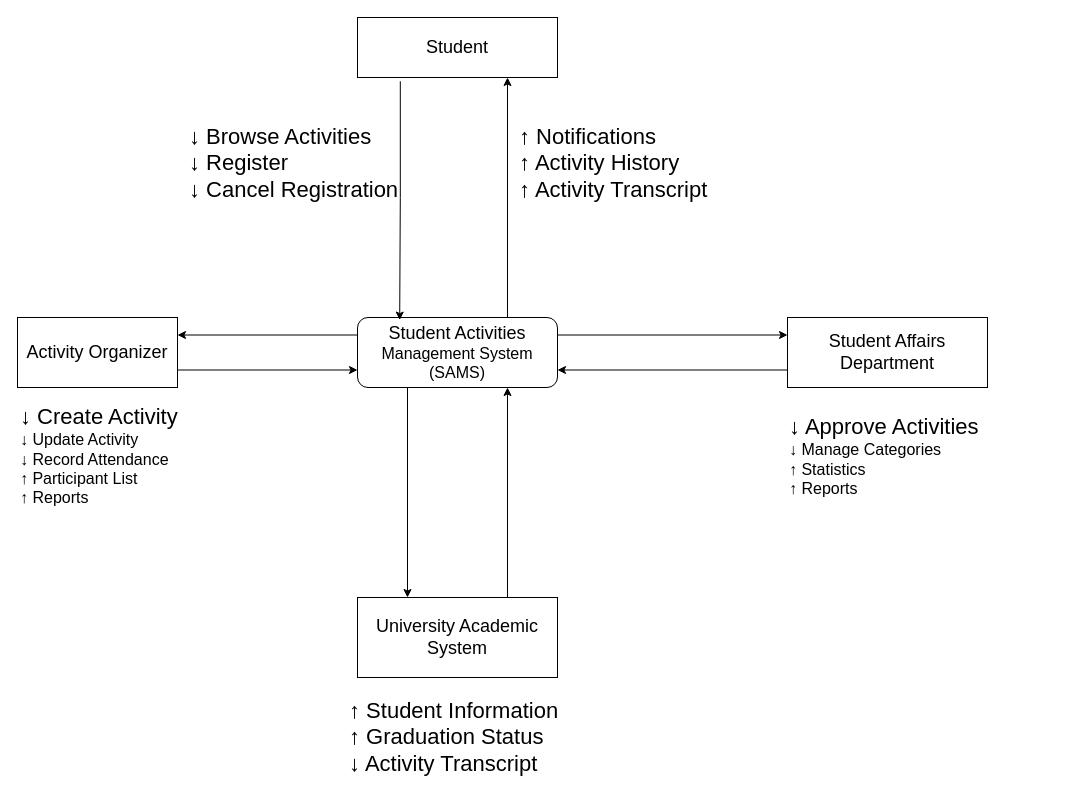
Mamdouh-Alrogi/IT353-SAMS-Mamdouh keeps this draw.io diagram as Context Diagram/ContextDiagram.drawio. Above is the earlier version. Source tidied: cells renumbered, new cells numbered last; positions are measured from the earlier drawing's top-left corner, leaving out a move shared by most shapes. Both pictures are drawn from the tidied source at 100%, with x=0, y=0 at pixel (17, 17).
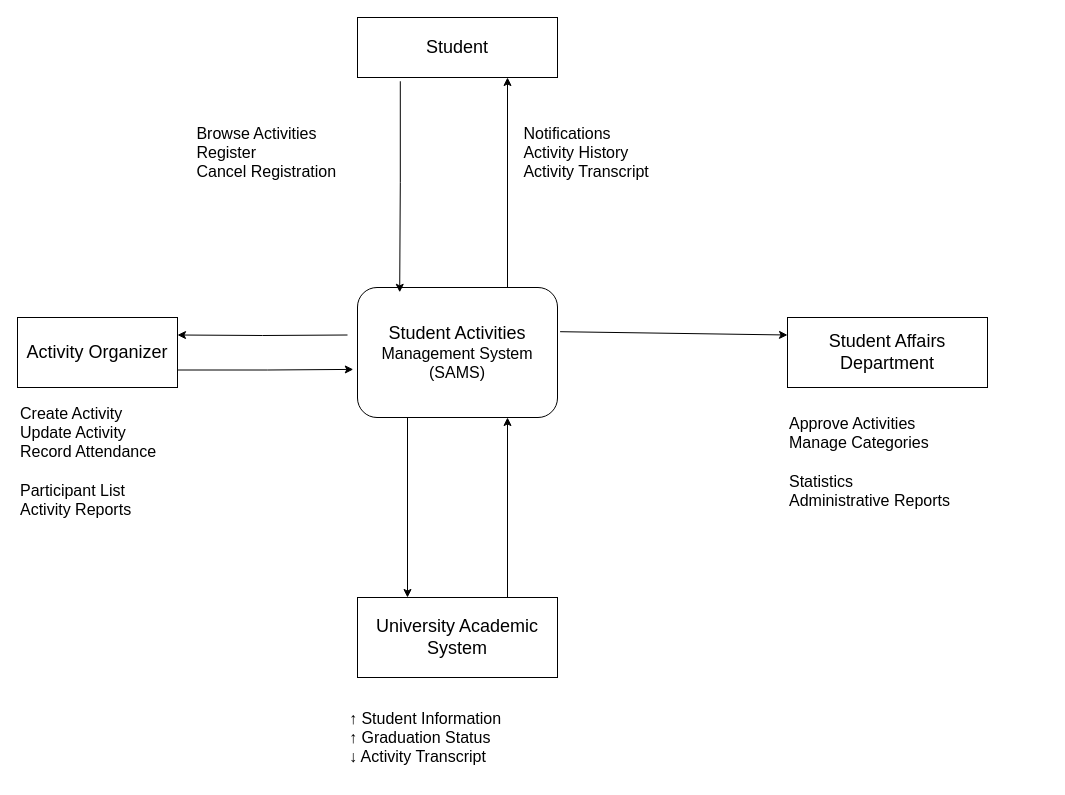
Above is the later version.

Commit message:
Updated Context Diagram

What changed in the source:
```diff
@@
 <mxGraphModel>
   <root>
     <mxCell id="0" />
     <mxCell id="1" parent="0" />
-    <mxCell id="2" style="edgeStyle=orthogonalEdgeStyle;rounded=0;jettySize=auto;html=1;exitX=0;exitY=0.25;exitDx=0;exitDy=0;entryX=1;entryY=0.25;entryDx=0;entryDy=0;" parent="1" edge="1" source="3" target="6">
-      <mxGeometry relative="1" as="geometry" />
+    <mxCell id="2" style="edgeStyle=orthogonalEdgeStyle;rounded=0;jettySize=auto;html=1;entryX=1;entryY=0.25;entryDx=0;entryDy=0;" parent="1" edge="1" target="6">
+      <mxGeometry relative="1" as="geometry">
+        <mxPoint x="330" y="317.5" as="sourcePoint" />
+      </mxGeometry>
     </mxCell>
     <mxCell id="3" value="&lt;div&gt;&lt;font style=&quot;font-size: 18px;&quot;&gt;Student Activities&lt;/font&gt;&lt;/div&gt;&lt;div&gt;&lt;font size=&quot;3&quot;&gt;Management System&lt;/font&gt;&lt;/div&gt;&lt;div&gt;&lt;font size=&quot;3&quot;&gt;(SAMS)&lt;/font&gt;&lt;/div&gt;" style="rounded=1;whiteSpace=wrap;html=1;" parent="1" vertex="1">
-      <mxGeometry x="340" y="300" width="200" height="70" as="geometry" />
+      <mxGeometry x="340" y="270" width="200" height="130" as="geometry" />
     </mxCell>
     <mxCell id="4" value="&lt;font style=&quot;font-size: 18px;&quot;&gt;Student&lt;/font&gt;" style="rounded=0;whiteSpace=wrap;html=1;" parent="1" vertex="1">
       <mxGeometry x="340" width="200" height="60" as="geometry" />
     </mxCell>
-    <mxCell id="5" style="edgeStyle=orthogonalEdgeStyle;rounded=0;jettySize=auto;html=1;exitX=1;exitY=0.75;exitDx=0;exitDy=0;entryX=0;entryY=0.75;entryDx=0;entryDy=0;" parent="1" edge="1" source="6" target="3">
+    <mxCell id="5" style="edgeStyle=orthogonalEdgeStyle;rounded=0;jettySize=auto;html=1;exitX=1;exitY=0.75;exitDx=0;exitDy=0;entryX=-0.021;entryY=0.63;entryDx=0;entryDy=0;entryPerimeter=0;" parent="1" edge="1" source="6" target="3">
       <mxGeometry relative="1" as="geometry" />
     </mxCell>
     <mxCell id="6" value="&lt;font style=&quot;font-size: 18px;&quot;&gt;Activity Organizer&lt;/font&gt;" style="rounded=0;whiteSpace=wrap;html=1;" parent="1" vertex="1">
       <mxGeometry y="300" width="160" height="70" as="geometry" />
     </mxCell>
-    <mxCell id="7" style="edgeStyle=orthogonalEdgeStyle;rounded=0;jettySize=auto;html=1;exitX=0;exitY=0.75;exitDx=0;exitDy=0;entryX=1;entryY=0.75;entryDx=0;entryDy=0;" parent="1" edge="1" source="8" target="3">
-      <mxGeometry relative="1" as="geometry" />
-    </mxCell>
     <mxCell id="8" value="&lt;font style=&quot;font-size: 18px;&quot;&gt;Student Affairs Department&lt;/font&gt;" style="rounded=0;whiteSpace=wrap;html=1;" parent="1" vertex="1">
       <mxGeometry x="770" y="300" width="200" height="70" as="geometry" />
     </mxCell>
     <mxCell id="9" style="edgeStyle=orthogonalEdgeStyle;rounded=0;jettySize=auto;html=1;exitX=0.75;exitY=0;exitDx=0;exitDy=0;entryX=0.75;entryY=1;entryDx=0;entryDy=0;" parent="1" edge="1" source="10" target="3">
       <mxGeometry relative="1" as="geometry" />
     </mxCell>
     <mxCell id="10" value="&lt;font style=&quot;font-size: 18px;&quot;&gt;University Academic System&lt;/font&gt;" style="rounded=0;whiteSpace=wrap;html=1;" parent="1" vertex="1">
       <mxGeometry x="340" y="580" width="200" height="80" as="geometry" />
     </mxCell>
-    <mxCell id="11" style="endArrow=classic;html=1;rounded=0;exitX=1;exitY=0.25;exitDx=0;exitDy=0;entryX=0;entryY=0.25;entryDx=0;entryDy=0;" parent="1" edge="1" source="3" target="8">
+    <mxCell id="11" style="endArrow=classic;html=1;rounded=0;exitX=1.013;exitY=0.34;exitDx=0;exitDy=0;entryX=0;entryY=0.25;entryDx=0;entryDy=0;exitPerimeter=0;" parent="1" edge="1" source="3" target="8">
       <mxGeometry relative="1" as="geometry" />
     </mxCell>
     <mxCell id="12" style="edgeStyle=orthogonalEdgeStyle;rounded=0;jettySize=auto;html=1;exitX=0.25;exitY=1;exitDx=0;exitDy=0;entryX=0.25;entryY=0;entryDx=0;entryDy=0;" parent="1" edge="1" source="3" target="10">
       <mxGeometry relative="1" as="geometry" />
     </mxCell>
     <mxCell id="13" style="edgeStyle=orthogonalEdgeStyle;rounded=0;jettySize=auto;html=1;entryX=0.211;entryY=0.037;entryDx=0;entryDy=0;entryPerimeter=0;exitX=0.214;exitY=1.063;exitDx=0;exitDy=0;exitPerimeter=0;" parent="1" edge="1" source="4" target="3">
       <mxGeometry relative="1" as="geometry" />
     </mxCell>
     <mxCell id="14" style="edgeStyle=orthogonalEdgeStyle;rounded=0;jettySize=auto;html=1;exitX=0.75;exitY=0;exitDx=0;exitDy=0;entryX=0.75;entryY=1;entryDx=0;entryDy=0;" parent="1" edge="1" source="3" target="4">
       <mxGeometry relative="1" as="geometry" />
     </mxCell>
-    <mxCell id="15" value="&lt;font style=&quot;font-size: 22px;&quot;&gt;↓ Browse Activities&lt;br&gt;                             ↓ Register&lt;br&gt;                             ↓ Cancel Registration&lt;/font&gt;" style="text;whiteSpace=wrap;html=1;" parent="1" vertex="1">
-      <mxGeometry x="170" y="100" width="230" height="110" as="geometry" />
+    <mxCell id="15" value="&lt;font style=&quot;font-size: 16px;&quot;&gt;&amp;nbsp;Browse Activities&lt;br&gt;&amp;nbsp;Register&lt;br&gt;&amp;nbsp;Cancel Registration&lt;/font&gt;" style="text;whiteSpace=wrap;html=1;" parent="1" vertex="1">
+      <mxGeometry x="173" y="100" width="230" height="110" as="geometry" />
     </mxCell>
-    <mxCell id="16" value="&lt;font style=&quot;font-size: 22px;&quot;&gt;↑ Notifications&lt;br&gt;                     ↑ Activity History&lt;br&gt;                     ↑ Activity Transcript&lt;/font&gt;" style="text;whiteSpace=wrap;html=1;" parent="1" vertex="1">
+    <mxCell id="16" value="&lt;font style=&quot;font-size: 16px;&quot;&gt;&amp;nbsp;Notifications&lt;br&gt;&amp;nbsp;Activity History&lt;br&gt;&amp;nbsp;Activity Transcript&lt;/font&gt;" style="text;whiteSpace=wrap;html=1;" parent="1" vertex="1">
       <mxGeometry x="500" y="100" width="220" height="90" as="geometry" />
     </mxCell>
-    <mxCell id="17" value="&lt;font style=&quot;font-size: 22px;&quot;&gt;↓ Create Activity&lt;/font&gt;&lt;div&gt;&lt;font size=&quot;3&quot;&gt;↓ Update Activity&lt;/font&gt;&lt;/div&gt;&lt;div&gt;&lt;font size=&quot;3&quot;&gt;↓ Record Attendance&lt;/font&gt;&lt;/div&gt;&lt;div&gt;&lt;font size=&quot;3&quot;&gt;↑ Participant List&amp;nbsp;&amp;nbsp;&lt;/font&gt;&lt;/div&gt;&lt;div&gt;&lt;font size=&quot;3&quot;&gt;↑ Reports&amp;nbsp;&lt;/font&gt;&lt;/div&gt;" style="text;whiteSpace=wrap;html=1;" parent="1" vertex="1">
+    <mxCell id="17" value="&lt;div&gt;&lt;font style=&quot;font-size: 16px;&quot;&gt;Create Activity&lt;/font&gt;&lt;/div&gt;&lt;div&gt;&lt;font size=&quot;3&quot;&gt;Update Activity&lt;/font&gt;&lt;/div&gt;&lt;div&gt;&lt;font size=&quot;3&quot;&gt;Record Attendance&lt;/font&gt;&lt;/div&gt;&lt;div&gt;&lt;font size=&quot;3&quot;&gt;&lt;br&gt;&lt;/font&gt;&lt;/div&gt;&lt;div&gt;&lt;font size=&quot;3&quot;&gt;Participant List&lt;/font&gt;&lt;/div&gt;&lt;div&gt;&lt;font size=&quot;3&quot;&gt;Activity Reports&lt;/font&gt;&lt;/div&gt;" style="text;whiteSpace=wrap;html=1;" parent="1" vertex="1">
       <mxGeometry x="1" y="380" width="160" height="110" as="geometry" />
     </mxCell>
-    <mxCell id="18" value="&lt;font style=&quot;font-size: 22px;&quot;&gt;↓ Approve Activities&lt;/font&gt;&lt;div&gt;&lt;font style=&quot;&quot; size=&quot;3&quot;&gt;↓ Manage Categories&lt;/font&gt;&lt;/div&gt;&lt;div&gt;&lt;font size=&quot;3&quot;&gt;↑ Statistics&lt;/font&gt;&lt;/div&gt;&lt;div&gt;&lt;span style=&quot;background-color: transparent; color: light-dark(rgb(0, 0, 0), rgb(255, 255, 255));&quot;&gt;&lt;font size=&quot;3&quot;&gt;↑ Reports&lt;/font&gt;&lt;/span&gt;&lt;/div&gt;" style="text;whiteSpace=wrap;html=1;align=left;" parent="1" vertex="1">
+    <mxCell id="18" value="&lt;div&gt;&lt;font style=&quot;font-size: 16px;&quot;&gt;Approve Activities&lt;/font&gt;&lt;/div&gt;&lt;div&gt;&lt;font size=&quot;3&quot;&gt;Manage Categories&lt;/font&gt;&lt;/div&gt;&lt;div&gt;&lt;font size=&quot;3&quot;&gt;&lt;br&gt;&lt;/font&gt;&lt;/div&gt;&lt;div&gt;&lt;font size=&quot;3&quot;&gt;Statistics&lt;/font&gt;&lt;/div&gt;&lt;div&gt;&lt;font size=&quot;3&quot;&gt;Administrative Reports&lt;/font&gt;&lt;/div&gt;" style="text;whiteSpace=wrap;html=1;align=left;" parent="1" vertex="1">
       <mxGeometry x="770" y="390" width="260" height="150" as="geometry" />
     </mxCell>
-    <mxCell id="19" value="&lt;font style=&quot;font-size: 22px;&quot;&gt; ↑ Student Information&lt;br&gt;                     ↑ Graduation Status&lt;br&gt;                     ↓ Activity Transcript&lt;/font&gt;" style="text;html=1;whiteSpace=wrap;strokeColor=none;fillColor=none;align=left;verticalAlign=middle;rounded=0;" parent="1" vertex="1">
+    <mxCell id="19" value="&lt;font style=&quot;font-size: 16px;&quot;&gt; ↑ Student Information&lt;br&gt;                     ↑ Graduation Status&lt;br&gt;                     ↓ Activity Transcript&lt;/font&gt;" style="text;html=1;whiteSpace=wrap;strokeColor=none;fillColor=none;align=left;verticalAlign=middle;rounded=0;" parent="1" vertex="1">
       <mxGeometry x="330" y="680" width="230" height="80" as="geometry" />
     </mxCell>
   </root>
 </mxGraphModel>
```
